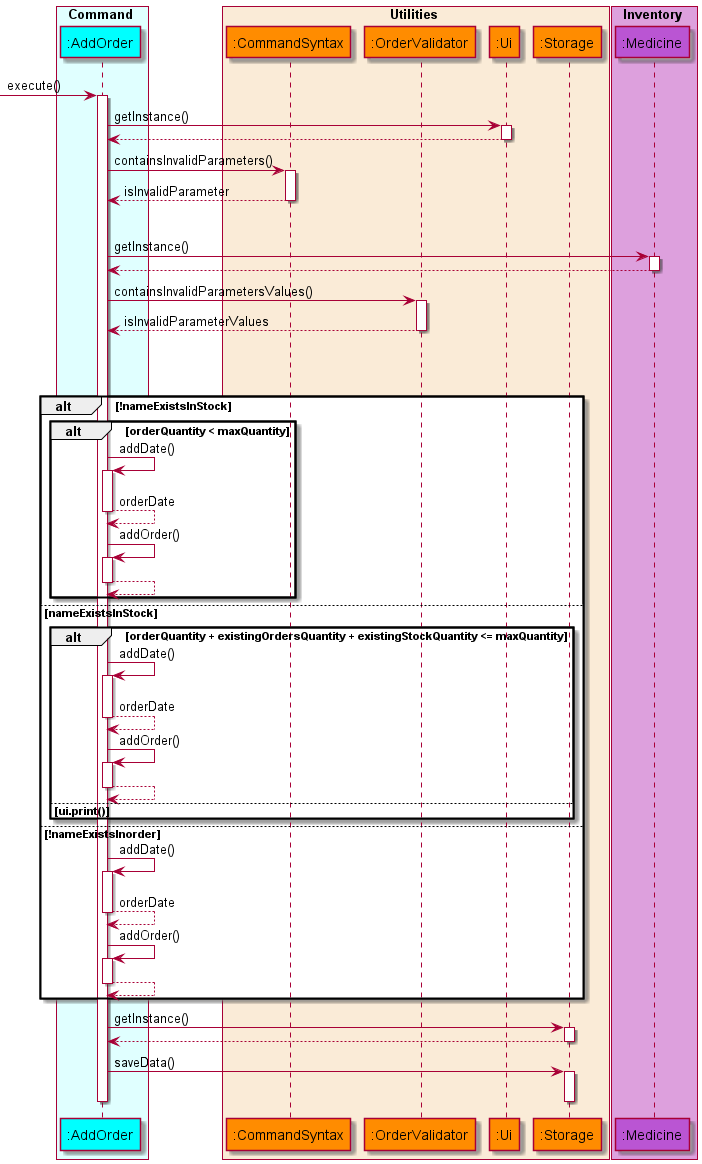
This is docs/diagrams/diagram_images/AddOrderSequenceDiagram.png from nus-cs2113-AY2122S1/tp, a PlantUML export, as it was before one commit.
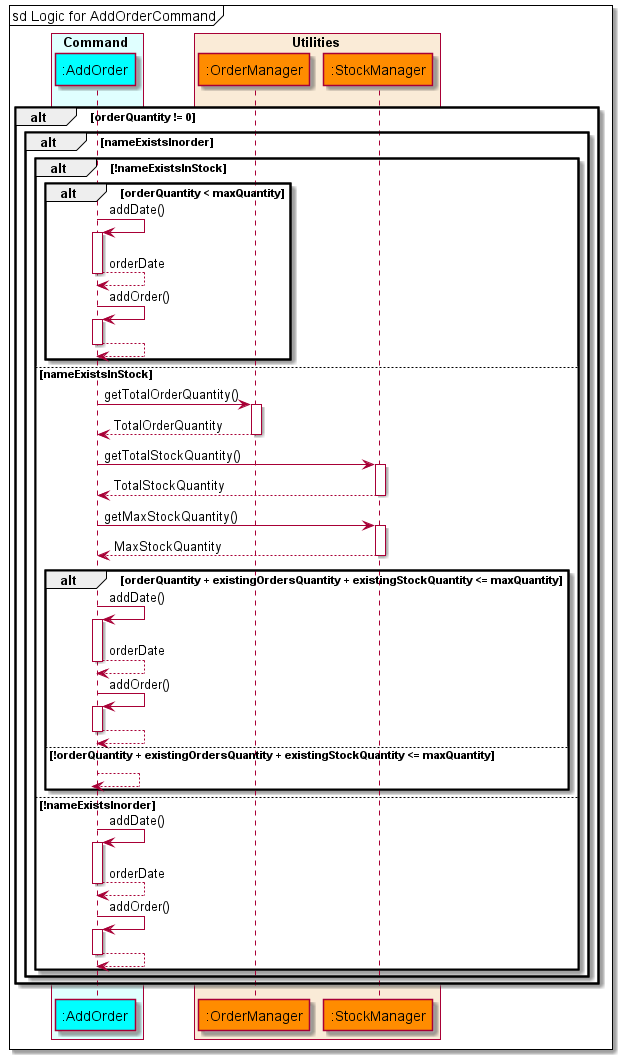
After the commit.

Commit message:
Update UG and SD, SLAP addordercommand

The edit, as a diff of the source:
```diff
@@ -7,57 +7,47 @@
 end box
 
 box Utilities COLOR_UTILITIES_BOX
-    participant ":CommandSyntax" as commandsyntax COLOR_UTILITIES
-    participant ":OrderValidator" as ordervalidator COLOR_UTILITIES
-    participant ":Ui" as ui COLOR_UTILITIES
-    participant ":Storage" as storage COLOR_UTILITIES
+    participant ":OrderManager" as ordermanager COLOR_UTILITIES
+    participant ":StockManager" as stockmanager COLOR_UTILITIES
 end box
 
 box Inventory COLOR_INVENTORY_BOX
-    participant ":Medicine" as medicine COLOR_INVENTORY
+
 end box
 
 autoactivate on
-
--> addorder: execute()
-    addorder -> ui: getInstance()
-    addorder <-- ui
-    addorder -> commandsyntax: containsInvalidParameters()
-    addorder <-- commandsyntax: isInvalidParameter
-
-    opt !isInvalidParameter
-        addorder -> medicine : getInstance()
-        addorder <-- medicine
-
-        addorder -> ordervalidator: containsInvalidParametersValues()
-        addorder <-- ordervalidator: isInvalidParameterValues
-
-        opt !isInvalidParameterValues
-            alt nameExistsInorder
-                alt !nameExistsInStock
-                    alt orderQuantity < maxQuantity
-                        addorder -> addorder : addDate()
-                        addorder --> addorder : orderDate
-                        addorder -> addorder : addOrder()
-                        addorder --> addorder
-                    end
-                else nameExistsInStock
-                    alt orderQuantity + existingOrdersQuantity + existingStockQuantity <= maxQuantity
-                        addorder -> addorder : addDate()
-                        addorder --> addorder : orderDate
-                        addorder -> addorder : addOrder()
-                        addorder --> addorder
-                    else ui.print()
-                    end
-            else !nameExistsInorder
-                addorder -> addorder : addDate()
-                addorder --> addorder : orderDate
-                addorder -> addorder : addOrder()
-                addorder --> addorder
-            end
-        addorder -> storage: getInstance()
-        addorder <-- storage
-        addorder -> storage: saveData()
-    deactivate addorder
-    deactivate storage
+mainFrame sd Logic for AddOrderCommand
+alt orderQuantity != 0
+    alt nameExistsInorder
+        alt !nameExistsInStock
+               alt orderQuantity < maxQuantity
+                   addorder -> addorder : addDate()
+                   addorder --> addorder : orderDate
+                   addorder -> addorder : addOrder()
+                   addorder --> addorder
+               end
+           else nameExistsInStock
+               addorder -> ordermanager : getTotalOrderQuantity()
+               addorder <-- ordermanager : TotalOrderQuantity
+               addorder -> stockmanager : getTotalStockQuantity()
+               addorder <-- stockmanager : TotalStockQuantity
+               addorder -> stockmanager : getMaxStockQuantity()
+               addorder <-- stockmanager : MaxStockQuantity
+               alt orderQuantity + existingOrdersQuantity + existingStockQuantity <= maxQuantity
+                   addorder -> addorder : addDate()
+                   addorder --> addorder : orderDate
+                   addorder -> addorder : addOrder()
+                   addorder --> addorder
+               else !orderQuantity + existingOrdersQuantity + existingStockQuantity <= maxQuantity
+                   addorder --> addorder
+               end
+       else !nameExistsInorder
+           addorder -> addorder : addDate()
+           addorder --> addorder : orderDate
+           addorder -> addorder : addOrder()
+           addorder --> addorder
+       end
+    end
+end
+deactivate addorder
 @enduml
```
